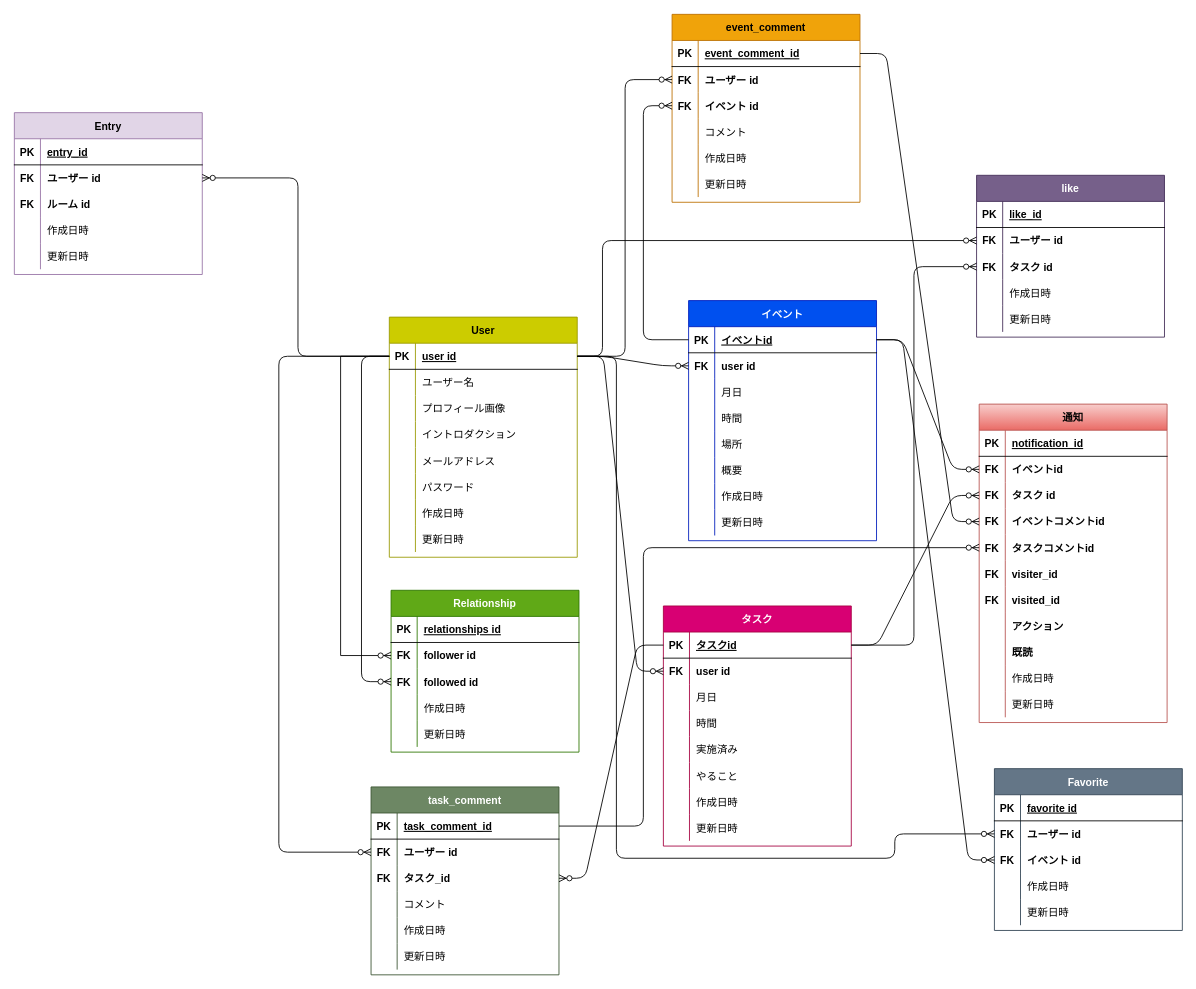
Before: specification/ER figure.drawio in MurapyonCorp/My-Portfolio, a draw.io diagram. Source tidied: cells renumbered, new cells numbered last; positions are measured from the earlier drawing's top-left corner, leaving out a move shared by most shapes. Both pictures are drawn from the tidied source at 87%, with x=0, y=0 at pixel (14, 14).
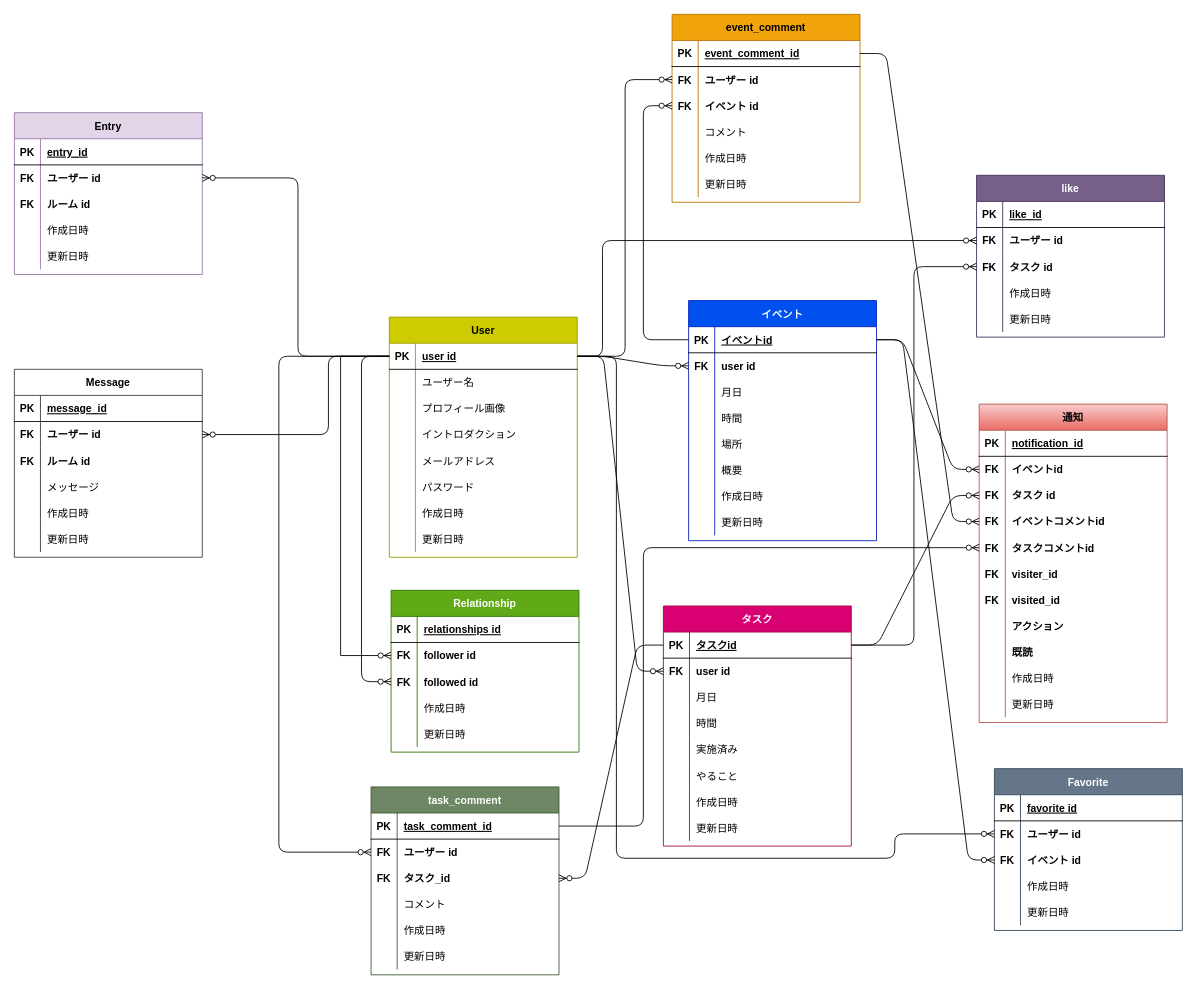
The same diagram, later.

Commit message:
message モデル図作成

The change refers to these unchanged cells:
```xml
<mxCell id="3" style="shape=partialRectangle;fillColor=none;top=0;left=0;bottom=1;right=0;points=[[0,0.5],[1,0.5]];portConstraint=eastwest;" parent="2" vertex="1">
  <mxGeometry y="30" width="216" height="30" as="geometry" />
</mxCell>
```

The edit, as a diff of the source:
```diff
@@
+    <mxCell id="230" value="Message" style="shape=table;startSize=30;childLayout=tableLayout;rowLines=0;fontStyle=1;align=center;strokeColor=#36393D;" parent="1" vertex="1">
+      <mxGeometry y="408" width="216" height="216" as="geometry" />
+    </mxCell>
+    <mxCell id="231" style="shape=partialRectangle;fillColor=none;top=0;left=0;bottom=1;right=0;" parent="230" vertex="1">
+      <mxGeometry y="30" width="216" height="30" as="geometry" />
+    </mxCell>
+    <mxCell id="232" value="PK" style="shape=partialRectangle;fillColor=none;top=0;left=0;bottom=0;right=0;fontStyle=1;overflow=hidden;fontColor=#000000;" parent="231" vertex="1">
+      <mxGeometry width="30" height="30" as="geometry" />
+    </mxCell>
+    <mxCell id="233" value="message_id" style="shape=partialRectangle;fillColor=none;top=0;left=0;bottom=0;right=0;align=left;spacingLeft=6;fontStyle=5;overflow=hidden;fontColor=#000000;" parent="231" vertex="1">
+      <mxGeometry x="30" width="186" height="30" as="geometry" />
+    </mxCell>
+    <mxCell id="234" style="shape=partialRectangle;fillColor=none;top=0;left=0;bottom=0;right=0;points=[[0,0.5],[1,0.5]];portConstraint=eastwest;" parent="230" vertex="1">
+      <mxGeometry y="60" width="216" height="30" as="geometry" />
+    </mxCell>
+    <mxCell id="235" value="FK" style="shape=partialRectangle;fillColor=none;top=0;left=0;bottom=0;right=0;fontStyle=1;overflow=hidden;fontColor=#000000;strokeColor=#000000;" parent="234" vertex="1">
+      <mxGeometry width="30" height="30" as="geometry" />
+    </mxCell>
+    <mxCell id="236" value="ユーザー id" style="shape=partialRectangle;fillColor=none;top=0;left=0;bottom=0;right=0;align=left;spacingLeft=6;fontStyle=1;overflow=hidden;fontColor=#000000;strokeColor=#000000;strokeWidth=8;" parent="234" vertex="1">
+      <mxGeometry x="30" width="186" height="30" as="geometry" />
+    </mxCell>
+    <mxCell id="237" style="shape=partialRectangle;fillColor=none;top=0;left=0;bottom=0;right=0;" parent="230" vertex="1">
+      <mxGeometry y="90" width="216" height="30" as="geometry" />
+    </mxCell>
+    <mxCell id="238" value="FK" style="shape=partialRectangle;fillColor=none;top=0;left=0;bottom=0;right=0;fontStyle=1;overflow=hidden;fontColor=#000000;strokeColor=#000000;" parent="237" vertex="1">
+      <mxGeometry width="30" height="30" as="geometry" />
+    </mxCell>
+    <mxCell id="239" value="ルーム id" style="shape=partialRectangle;fillColor=none;top=0;left=0;bottom=0;right=0;align=left;spacingLeft=6;fontStyle=1;overflow=hidden;fontColor=#000000;strokeColor=#000000;strokeWidth=8;" parent="237" vertex="1">
+      <mxGeometry x="30" width="186" height="30" as="geometry" />
+    </mxCell>
+    <mxCell id="240" style="shape=partialRectangle;fillColor=none;top=0;left=0;bottom=0;right=0;" parent="230" vertex="1">
+      <mxGeometry y="120" width="216" height="30" as="geometry" />
+    </mxCell>
+    <mxCell id="241" style="shape=partialRectangle;fillColor=none;top=0;left=0;bottom=0;right=0;overflow=hidden;strokeColor=#999900;" parent="240" vertex="1">
+      <mxGeometry width="30" height="30" as="geometry" />
+    </mxCell>
+    <mxCell id="242" value="メッセージ" style="shape=partialRectangle;fillColor=none;top=0;left=0;bottom=0;right=0;align=left;spacingLeft=6;overflow=hidden;fontColor=#000000;strokeColor=#999900;" parent="240" vertex="1">
+      <mxGeometry x="30" width="186" height="30" as="geometry" />
+    </mxCell>
+    <mxCell id="243" style="shape=partialRectangle;fillColor=none;top=0;left=0;bottom=0;right=0;" parent="230" vertex="1">
+      <mxGeometry y="150" width="216" height="30" as="geometry" />
+    </mxCell>
+    <mxCell id="244" style="shape=partialRectangle;fillColor=none;top=0;left=0;bottom=0;right=0;overflow=hidden;strokeColor=#999900;" parent="243" vertex="1">
+      <mxGeometry width="30" height="30" as="geometry" />
+    </mxCell>
+    <mxCell id="245" value="作成日時" style="shape=partialRectangle;fillColor=none;top=0;left=0;bottom=0;right=0;align=left;spacingLeft=6;overflow=hidden;fontColor=#000000;strokeColor=#999900;" parent="243" vertex="1">
+      <mxGeometry x="30" width="186" height="30" as="geometry" />
+    </mxCell>
+    <mxCell id="246" style="shape=partialRectangle;fillColor=none;top=0;left=0;bottom=0;right=0;" parent="230" vertex="1">
+      <mxGeometry y="180" width="216" height="30" as="geometry" />
+    </mxCell>
+    <mxCell id="247" style="shape=partialRectangle;fillColor=none;top=0;left=0;bottom=0;right=0;overflow=hidden;strokeColor=#999900;" parent="246" vertex="1">
+      <mxGeometry width="30" height="30" as="geometry" />
+    </mxCell>
+    <mxCell id="248" value="更新日時" style="shape=partialRectangle;fillColor=none;top=0;left=0;bottom=0;right=0;align=left;spacingLeft=6;overflow=hidden;fontColor=#000000;strokeColor=#999900;" parent="246" vertex="1">
+      <mxGeometry x="30" width="186" height="30" as="geometry" />
+    </mxCell>
+    <mxCell id="249" style="edgeStyle=elbowEdgeStyle;fontSize=12;html=1;endArrow=ERzeroToMany;endFill=1;strokeColor=#000000;exitX=0;exitY=0.5;exitDx=0;exitDy=0;entryX=1;entryY=0.5;entryDx=0;entryDy=0;" parent="1" edge="1" source="3" target="234">
+      <mxGeometry relative="1" as="geometry">
+        <Array as="points">
+          <mxPoint x="361" y="449" />
+        </Array>
+      </mxGeometry>
+    </mxCell>
```
